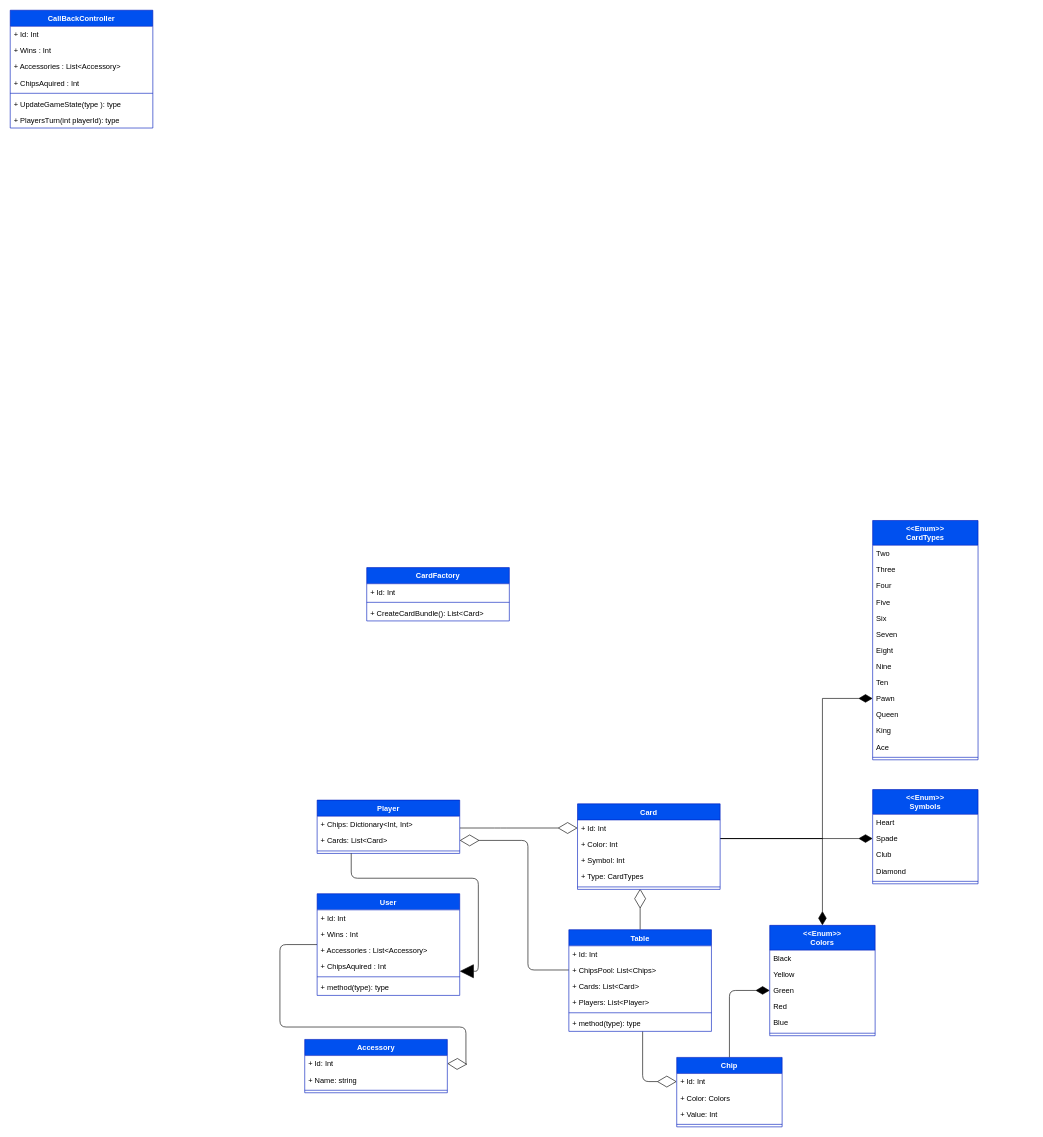
This is PokerDiagram.drawio from KeanTech/PokerGameEngine, a draw.io file, before an edit. Source tidied: cells renumbered, new cells numbered last; positions are measured from the earlier drawing's top-left corner, leaving out a move shared by most shapes. Both pictures are drawn from the tidied source at 62%, with x=0, y=0 at pixel (10, 10).
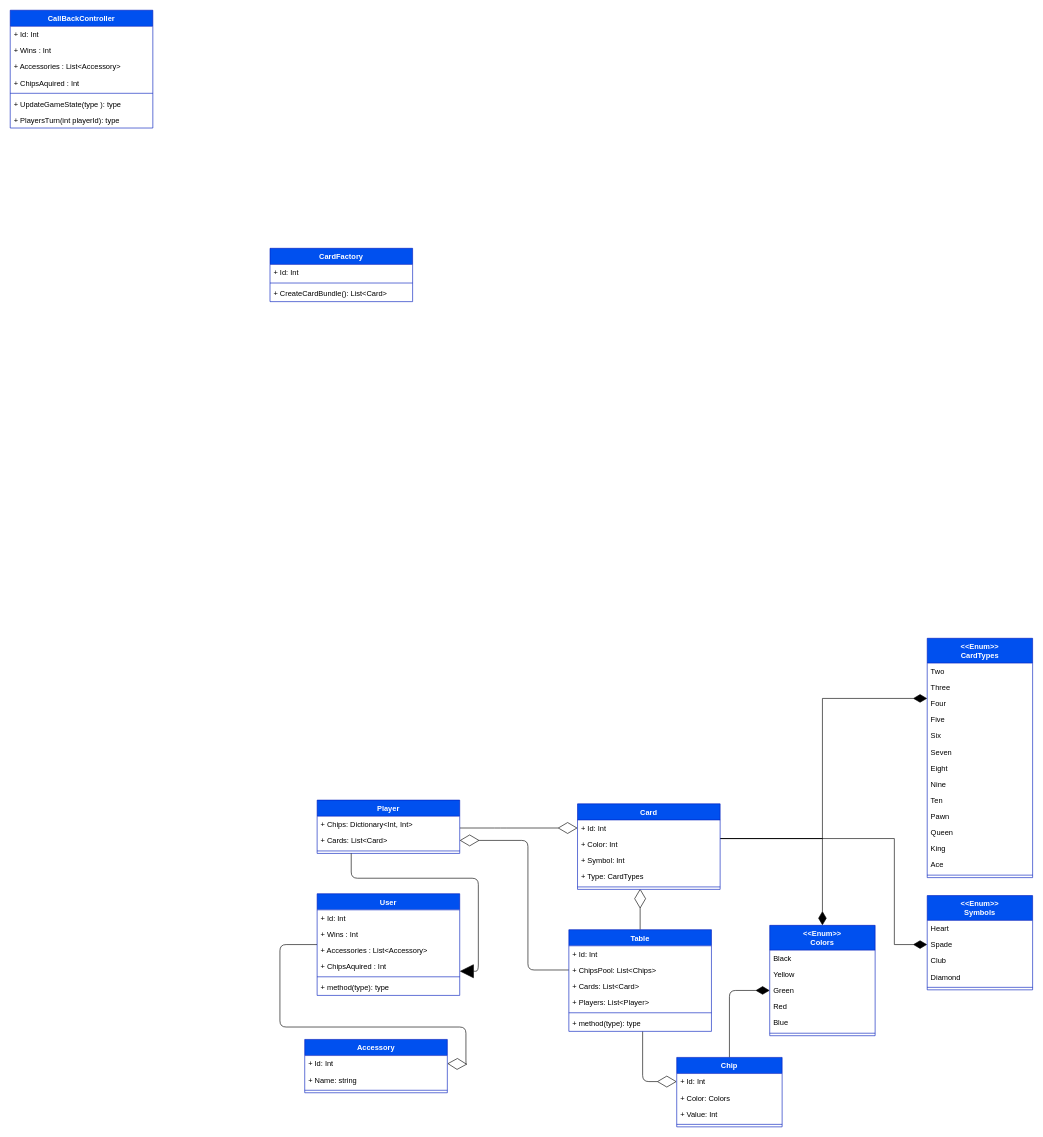
After the change.

Commit message (it also covers changes not shown here):
Added Db and DomainModel diagrams

Unchanged cells that the change refers to:
```xml
<mxCell id="29" value="Card" style="swimlane;fontStyle=1;align=center;verticalAlign=top;horizontal=1;startSize=26;fillColor=#0050ef;fontColor=#ffffff;strokeColor=#001DBC;swimlaneFillColor=default;rounded=0;" parent="1" vertex="1">
  <mxGeometry x="915" y="1280" width="230" height="138" as="geometry" />
</mxCell>
<mxCell id="54" value="Spade" style="text;strokeColor=none;fillColor=none;align=left;verticalAlign=top;spacingLeft=4;spacingRight=4;overflow=hidden;points=[[0,0.5],[1,0.5]];portConstraint=eastwest;rounded=0;" parent="52" vertex="1">
  <mxGeometry y="66" width="170" height="26" as="geometry" />
</mxCell>
<mxCell id="72" value="Pawn" style="text;strokeColor=none;fillColor=none;align=left;verticalAlign=top;spacingLeft=4;spacingRight=4;overflow=hidden;points=[[0,0.5],[1,0.5]];portConstraint=eastwest;rounded=0;" parent="62" vertex="1">
  <mxGeometry y="274" width="170" height="26" as="geometry" />
</mxCell>
```

Diff of the diagram source:
```diff
@@
     <mxCell id="27" style="edgeStyle=orthogonalEdgeStyle;rounded=0;jettySize=auto;html=1;entryX=0;entryY=0.5;entryDx=0;entryDy=0;strokeWidth=1;endArrow=diamondThin;endFill=1;startSize=6;endSize=20;" parent="1" edge="1" source="29" target="54">
       <mxGeometry relative="1" as="geometry">
         <Array as="points">
-          <mxPoint x="1266" y="1336" />
-          <mxPoint x="1266" y="1336" />
+          <mxPoint x="1426" y="1336" />
+          <mxPoint x="1426" y="1507" />
         </Array>
       </mxGeometry>
     </mxCell>
-    <mxCell id="28" style="edgeStyle=orthogonalEdgeStyle;rounded=0;jettySize=auto;html=1;entryX=0;entryY=0.5;entryDx=0;entryDy=0;strokeWidth=1;endArrow=diamondThin;endFill=1;startSize=6;endSize=20;" parent="1" edge="1" source="29" target="72">
+    <mxCell id="28" style="edgeStyle=orthogonalEdgeStyle;rounded=0;jettySize=auto;html=1;strokeWidth=1;endArrow=diamondThin;endFill=1;startSize=6;endSize=20;" parent="1" edge="1" source="29" target="62">
       <mxGeometry relative="1" as="geometry">
         <Array as="points">
           <mxPoint x="1310" y="1336" />
           <mxPoint x="1310" y="1110" />
         </Array>
       </mxGeometry>
     </mxCell>
@@
     <mxCell id="52" value="&lt;&lt;Enum&gt;&gt;&#10;Symbols" style="swimlane;fontStyle=1;align=center;verticalAlign=top;horizontal=1;startSize=40;fillColor=#0050ef;fontColor=#ffffff;strokeColor=#001DBC;swimlaneFillColor=default;rounded=0;" parent="1" vertex="1">
-      <mxGeometry x="1391" y="1257" width="170" height="152" as="geometry" />
+      <mxGeometry x="1479" y="1428" width="170" height="152" as="geometry" />
     </mxCell>
@@
     <mxCell id="58" value="CardFactory" style="swimlane;fontStyle=1;align=center;verticalAlign=top;horizontal=1;startSize=26;fillColor=#0050ef;fontColor=#ffffff;strokeColor=#001DBC;swimlaneFillColor=default;rounded=0;" parent="1" vertex="1">
-      <mxGeometry x="575" y="899" width="230" height="86" as="geometry" />
+      <mxGeometry x="419" y="384" width="230" height="86" as="geometry" />
     </mxCell>
@@
     <mxCell id="62" value="&lt;&lt;Enum&gt;&gt;&#10;CardTypes" style="swimlane;fontStyle=1;align=center;verticalAlign=top;horizontal=1;startSize=40;fillColor=#0050ef;fontColor=#ffffff;strokeColor=#001DBC;swimlaneFillColor=default;rounded=0;" parent="1" vertex="1">
-      <mxGeometry x="1391" y="823" width="170" height="386" as="geometry" />
+      <mxGeometry x="1479" y="1013" width="170" height="386" as="geometry" />
     </mxCell>
```
